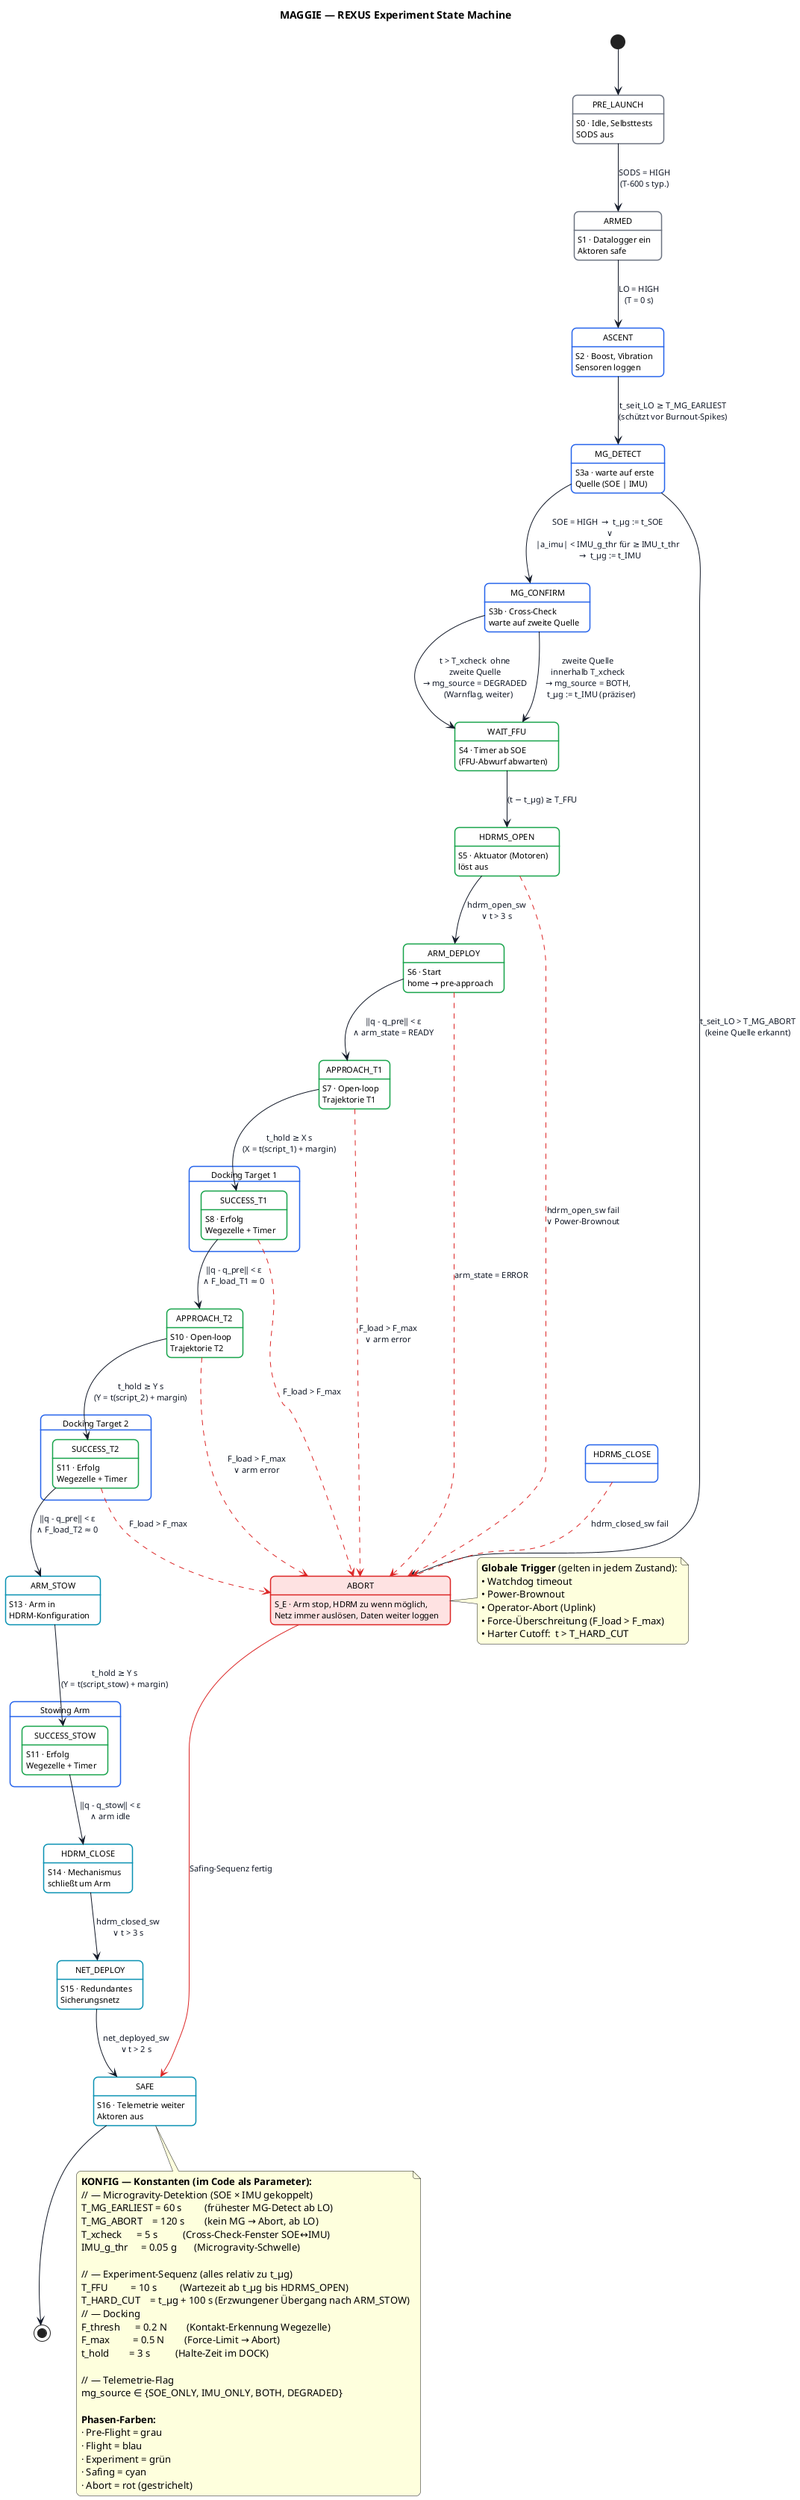
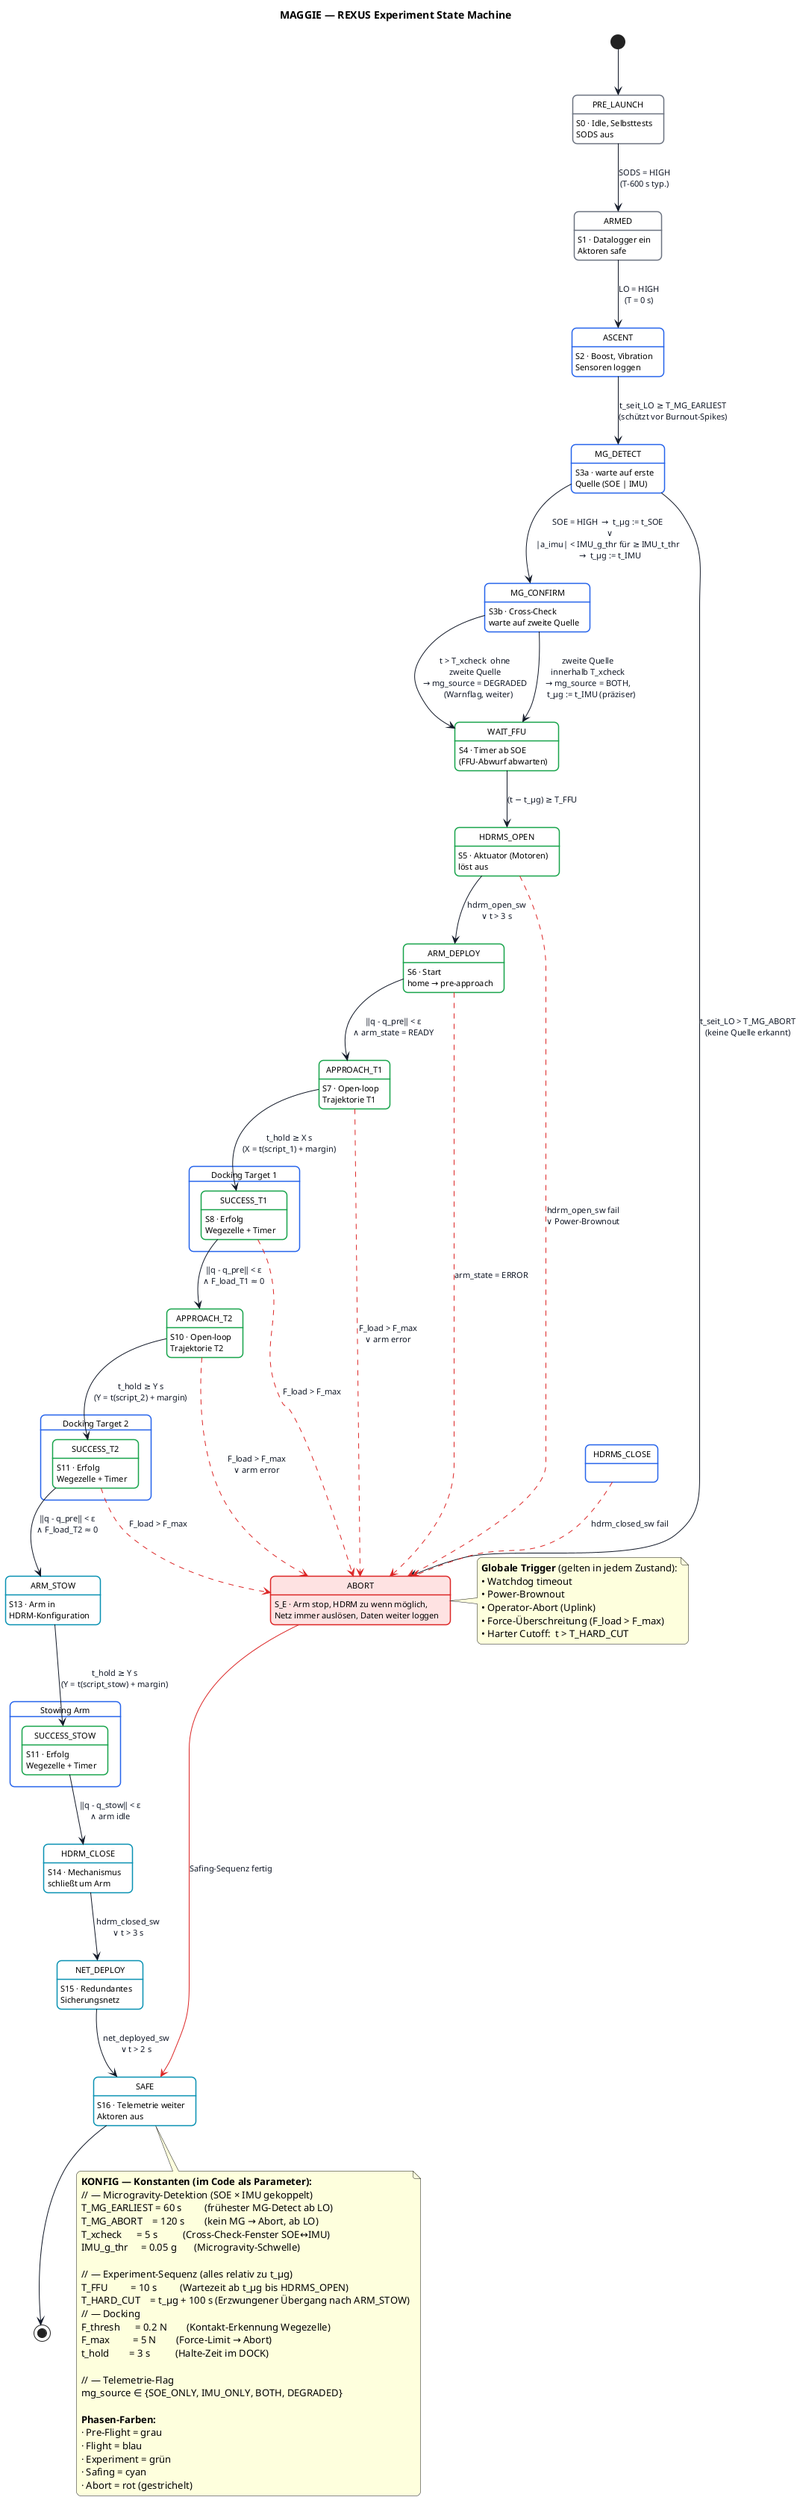
@startuml MAGGIE_RexusStateMachine
' ============================================================
'  MAGGIE — REXUS Experiment State Machine
'  Gecko-Docking, Open-Loop, Microgravity-Fenster ~120 s
'
'  Editieren:
'   - Zustände        : "state NAME <<phase>>" + Zeilen "NAME : text"
'   - Phasen-Farben   : skinparam-Block unten (Stereotypen <<pre>>,
'                       <<flight>>, <<exp>>, <<safe>>, <<abort>>)
'   - Übergänge       : Source --> Target : "Bedingung"
'   - Konstanten      : Note ganz unten (Single Source of Truth)
'   - Layout breit    : "left to right direction" einkommentieren
'
'  Rendern:
'   - VS Code   : Extension "PlantUML" (jebbs) + Java + Graphviz
'   - Online    : https://www.plantuml.com/plantuml/uml
'   - CLI       : plantuml maggie_state_machine.puml -tsvg
' ============================================================

title MAGGIE — REXUS Experiment State Machine

' ' left to right direction

' ---------- globales Styling ----------
skinparam shadowing false
skinparam roundCorner 12
skinparam state {
  FontName        "Helvetica"
  FontSize        13
  AttributeFontSize 11
  BorderThickness 1.5
  BackgroundColor White
  BorderColor     #2563eb
  ArrowColor      #111827
  ArrowFontSize   11
  ArrowFontColor  #111827
}

' ---------- Phasen-Farben über Stereotypen ----------
skinparam state {
  BorderColor<<pre>>      #6b7280
  BorderColor<<flight>>   #2563eb
  BorderColor<<exp>>      #16a34a
  BorderColor<<safe>>     #0891b2
  BorderColor<<abort>>    #dc2626
  BackgroundColor<<abort>> #FEE2E2
}

[*] --> PRE_LAUNCH

' ============================================================
'  Pre-Flight
' ============================================================
state PRE_LAUNCH <<pre>>
PRE_LAUNCH : S0 · Idle, Selbsttests
PRE_LAUNCH : SODS aus

state ARMED <<pre>>
ARMED : S1 · Datalogger ein
ARMED : Aktoren safe

PRE_LAUNCH --> ARMED  : SODS = HIGH\n(T-600 s typ.)
ARMED      --> ASCENT : LO = HIGH\n(T = 0 s)

' ============================================================
'  Flight
' ============================================================
state ASCENT <<flight>>
ASCENT : S2 · Boost, Vibration
ASCENT : Sensoren loggen

' MG-Detektion: SOE und IMU sind gekoppelte, redundante Quellen.
' Wer zuerst feuert, setzt t_µg vorläufig. Die andere Quelle muss
' innerhalb T_xcheck bestätigen. IMU-Timestamp ist physikalisch
' präziser und überschreibt t_µg, sobald IMU bestätigt.
state MG_DETECT <<flight>>
MG_DETECT : S3a · warte auf erste
MG_DETECT : Quelle (SOE | IMU)

state MG_CONFIRM <<flight>>
MG_CONFIRM : S3b · Cross-Check
MG_CONFIRM : warte auf zweite Quelle

ASCENT     --> MG_DETECT  : t_seit_LO ≥ T_MG_EARLIEST\n(schützt vor Burnout-Spikes)
MG_DETECT  --> MG_CONFIRM : SOE = HIGH  →  t_µg := t_SOE\n  ∨\n|a_imu| < IMU_g_thr für ≥ IMU_t_thr\n  →  t_µg := t_IMU
MG_CONFIRM --> WAIT_FFU   : zweite Quelle\ninnerhalb T_xcheck\n→ mg_source = BOTH,\n   t_µg := t_IMU (präziser)
MG_CONFIRM --> WAIT_FFU   : t > T_xcheck  ohne\nzweite Quelle\n→ mg_source = DEGRADED\n   (Warnflag, weiter)
MG_DETECT  --> ABORT      : t_seit_LO > T_MG_ABORT\n(keine Quelle erkannt)

' ============================================================
'  Experiment
' ============================================================
state WAIT_FFU <<exp>>
WAIT_FFU : S4 · Timer ab SOE
WAIT_FFU : (FFU-Abwurf abwarten)

state HDRMS_OPEN <<exp>>
HDRMS_OPEN : S5 · Aktuator (Motoren)
HDRMS_OPEN : löst aus

state ARM_DEPLOY <<exp>>
ARM_DEPLOY : S6 · Start
ARM_DEPLOY : home → pre-approach

WAIT_FFU    --> HDRMS_OPEN   : (t − t_µg) ≥ T_FFU
HDRMS_OPEN   --> ARM_DEPLOY  : hdrm_open_sw\n∨ t > 3 s
ARM_DEPLOY  --> APPROACH_T1 : ‖q - q_pre‖ < ε\n∧ arm_state = READY

' ---------- Docking-Zyklus Target 1 ----------
state "Docking Target 1" as Dock1 {
  state APPROACH_T1 <<exp>>
  APPROACH_T1 : S7 · Open-loop
  APPROACH_T1 : Trajektorie T1

  state SUCCESS_T1 <<exp>>
  SUCCESS_T1 : S8 · Erfolg
  SUCCESS_T1 : Wegezelle + Timer

  APPROACH_T1 --> SUCCESS_T1 : t_hold ≥ X s\n(X = t(script_1) + margin)
}

SUCCESS_T1 --> APPROACH_T2 : ‖q - q_pre‖ < ε\n∧ F_load_T1 ≈ 0

' ---------- Docking-Zyklus Target 2 ----------
state "Docking Target 2" as Dock2 {
  state APPROACH_T2 <<exp>>
  APPROACH_T2 : S10 · Open-loop
  APPROACH_T2 : Trajektorie T2

  state SUCCESS_T2 <<exp>>
  SUCCESS_T2 : S11 · Erfolg
  SUCCESS_T2 : Wegezelle + Timer

  APPROACH_T2 --> SUCCESS_T2 : t_hold ≥ Y s\n(Y = t(script_2) + margin)
}

SUCCESS_T2 --> ARM_STOW : ‖q - q_pre‖ < ε\n∧ F_load_T2 ≈ 0

' ============================================================
'  Safing
' ============================================================
state "Stowing Arm" as Stow1 {
  state ARM_STOW <<safe>>
  ARM_STOW : S13 · Arm in
  ARM_STOW : HDRM-Konfiguration

  state SUCCESS_STOW <<exp>>
  SUCCESS_STOW : S11 · Erfolg
  SUCCESS_STOW : Wegezelle + Timer

  ARM_STOW --> SUCCESS_STOW : t_hold ≥ Y s\n(Y = t(script_stow) + margin)
}
state HDRM_CLOSE <<safe>>
HDRM_CLOSE : S14 · Mechanismus
HDRM_CLOSE : schließt um Arm

state NET_DEPLOY <<safe>>
NET_DEPLOY : S15 · Redundantes
NET_DEPLOY : Sicherungsnetz

state SAFE <<safe>>
SAFE : S16 · Telemetrie weiter
SAFE : Aktoren aus

SUCCESS_STOW --> HDRM_CLOSE : ‖q - q_stow‖ < ε\n∧ arm idle
HDRM_CLOSE --> NET_DEPLOY : hdrm_closed_sw\n∨ t > 3 s
NET_DEPLOY --> SAFE       : net_deployed_sw\n∨ t > 2 s
SAFE       --> [*]

' ============================================================
'  Abort-Pfad — erreichbar aus jedem Zustand
' ============================================================
state ABORT <<abort>>
ABORT : S_E · Arm stop, HDRM zu wenn möglich,
ABORT : Netz immer auslösen, Daten weiter loggen

HDRMS_OPEN    -[#dc2626,dashed]-> ABORT : hdrm_open_sw fail\n∨ Power-Brownout
ARM_DEPLOY   -[#dc2626,dashed]-> ABORT : arm_state = ERROR
APPROACH_T1  -[#dc2626,dashed]-> ABORT : F_load > F_max\n∨ arm error
SUCCESS_T1      -[#dc2626,dashed]-> ABORT : F_load > F_max
APPROACH_T2  -[#dc2626,dashed]-> ABORT : F_load > F_max\n∨ arm error
SUCCESS_T2      -[#dc2626,dashed]-> ABORT : F_load > F_max
HDRMS_CLOSE   -[#dc2626,dashed]-> ABORT : hdrm_closed_sw fail
ABORT        -[#dc2626]->        SAFE  : Safing-Sequenz fertig

note right of ABORT
  **Globale Trigger** (gelten in jedem Zustand):
  • Watchdog timeout
  • Power-Brownout
  • Operator-Abort (Uplink)
  • Force-Überschreitung (F_load > F_max)
  • Harter Cutoff:  t > T_HARD_CUT
end note

' ============================================================
'  Konfiguration / Konstanten  (Single Source of Truth)
' ============================================================
note bottom of SAFE
  **KONFIG — Konstanten (im Code als Parameter):**
  // — Microgravity-Detektion (SOE × IMU gekoppelt)
  T_MG_EARLIEST = 60 s         (frühester MG-Detect ab LO)
  T_MG_ABORT    = 120 s        (kein MG → Abort, ab LO)
  T_xcheck      = 5 s          (Cross-Check-Fenster SOE↔IMU)
  IMU_g_thr     = 0.05 g       (Microgravity-Schwelle)

  // — Experiment-Sequenz (alles relativ zu t_µg)
  T_FFU         = 10 s         (Wartezeit ab t_µg bis HDRMS_OPEN)
  T_HARD_CUT    = t_µg + 100 s (Erzwungener Übergang nach ARM_STOW)
  // — Docking
  F_thresh      = 0.2 N        (Kontakt-Erkennung Wegezelle)
-   F_max         = 0.5 N        (Force-Limit → Abort)
+   F_max         = 5 N        (Force-Limit → Abort)
  t_hold        = 3 s          (Halte-Zeit im DOCK)

  // — Telemetrie-Flag
  mg_source ∈ {SOE_ONLY, IMU_ONLY, BOTH, DEGRADED}

  **Phasen-Farben:**
  · Pre-Flight = grau
  · Flight = blau
  · Experiment = grün
  · Safing = cyan
  · Abort = rot (gestrichelt)
end note

@enduml
